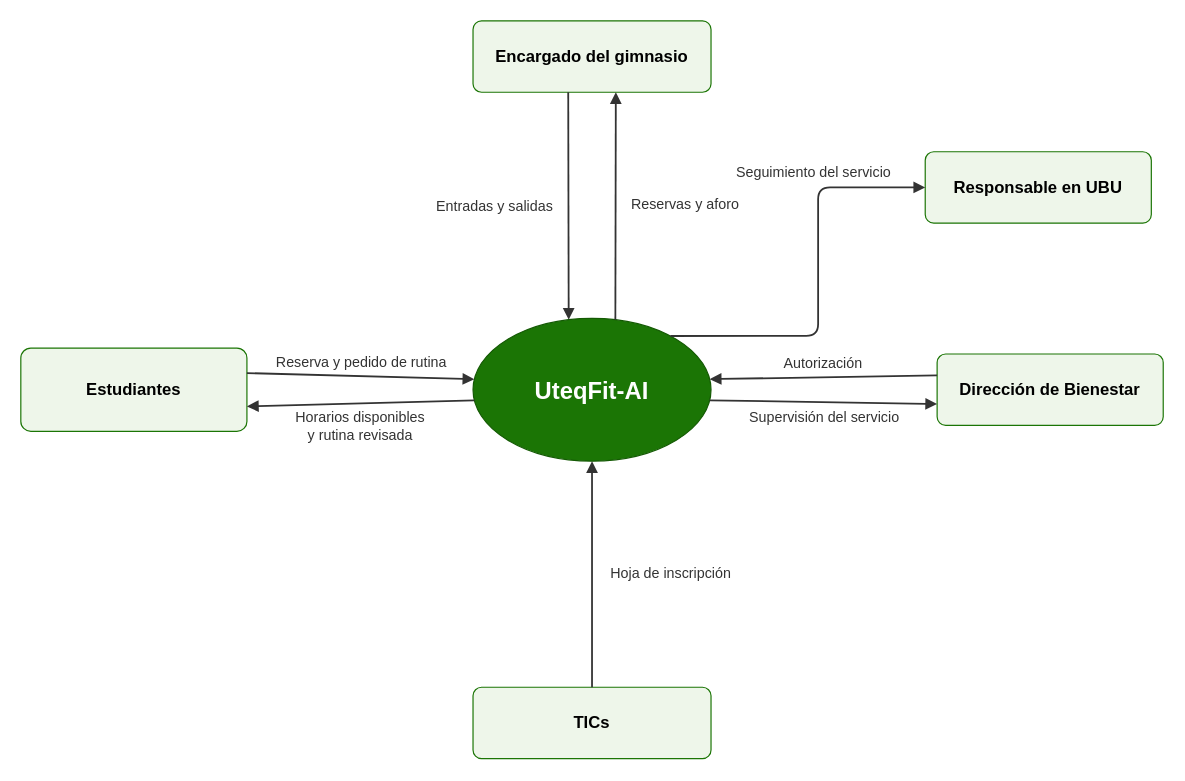
Above: PFC/E1/modelos/diagrama_contexto.drawio in AlanAldasZam/UteqFit-AI (draw.io), before the change. Source tidied: cells renumbered, new cells numbered last; positions are measured from the earlier drawing's top-left corner, leaving out a move shared by most shapes. Both pictures are drawn from the tidied source at 119%, with x=0, y=0 at pixel (20, 20).
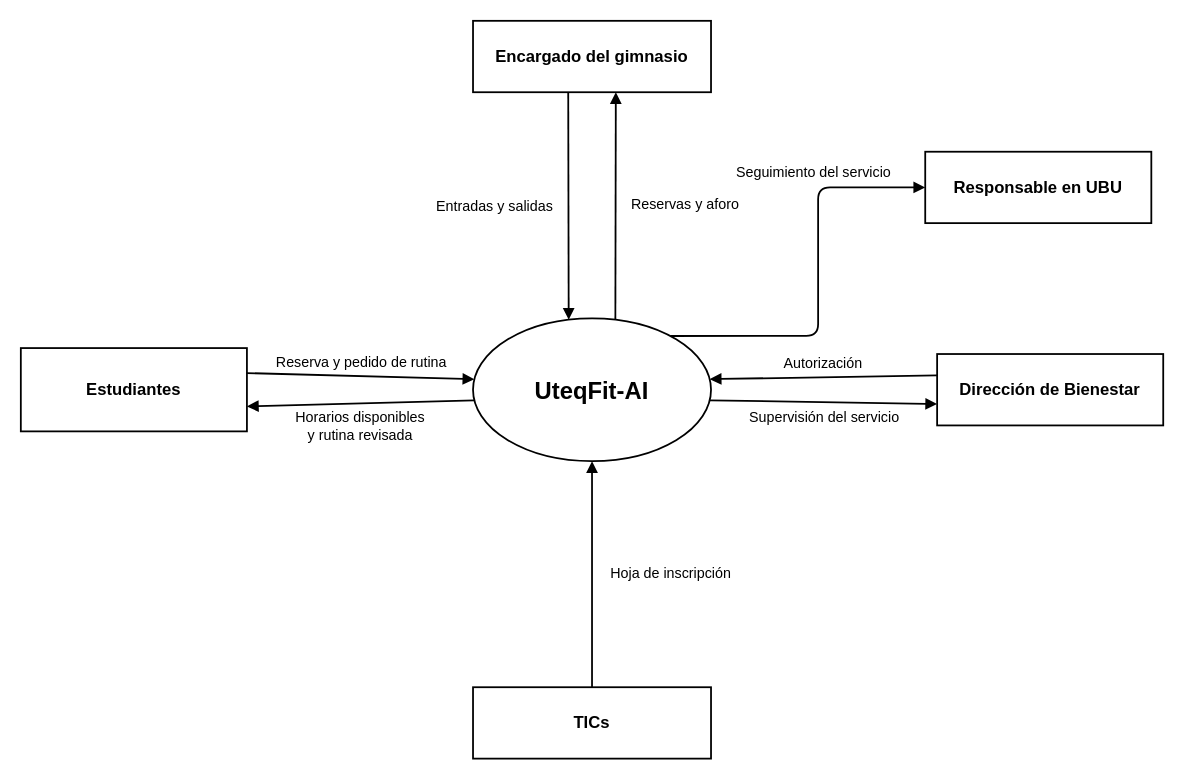
The same diagram, later.

Commit message (it also covers changes not shown here):
Ajustes al contexto

What changed in the source:
```diff
@@
-    <mxCell id="2" value="&lt;b&gt;UteqFit-AI&lt;/b&gt;" style="ellipse;whiteSpace=wrap;html=1;fillColor=#1b7505;strokeColor=#145a04;fontColor=#ffffff;fontSize=20;fontFamily=Helvetica;" parent="1" vertex="1">
+    <mxCell id="2" value="&lt;b&gt;UteqFit-AI&lt;/b&gt;" style="ellipse;whiteSpace=wrap;html=1;fillColor=#ffffff;strokeColor=#000000;fontColor=#000000;strokeWidth=1.5;fontSize=20;fontFamily=Helvetica;" parent="1" vertex="1">
       <mxGeometry x="380" y="250" width="200" height="120" as="geometry" />
     </mxCell>
-    <mxCell id="3" value="&lt;b&gt;Estudiantes&lt;/b&gt;" style="rounded=1;arcSize=12;whiteSpace=wrap;html=1;fillColor=#eef6ea;strokeColor=#1b7505;fontSize=14;fontFamily=Helvetica;" parent="1" vertex="1">
+    <mxCell id="3" value="&lt;b&gt;Estudiantes&lt;/b&gt;" style="rounded=0;whiteSpace=wrap;html=1;fillColor=#ffffff;strokeColor=#000000;strokeWidth=1.5;fontSize=14;fontFamily=Helvetica;" parent="1" vertex="1">
       <mxGeometry y="275" width="190" height="70" as="geometry" />
     </mxCell>
-    <mxCell id="4" value="&lt;b&gt;Encargado del gimnasio&lt;/b&gt;" style="rounded=1;arcSize=12;whiteSpace=wrap;html=1;fillColor=#eef6ea;strokeColor=#1b7505;fontSize=14;fontFamily=Helvetica;" parent="1" vertex="1">
+    <mxCell id="4" value="&lt;b&gt;Encargado del gimnasio&lt;/b&gt;" style="rounded=0;whiteSpace=wrap;html=1;fillColor=#ffffff;strokeColor=#000000;strokeWidth=1.5;fontSize=14;fontFamily=Helvetica;" parent="1" vertex="1">
       <mxGeometry x="380" width="200" height="60" as="geometry" />
     </mxCell>
-    <mxCell id="5" value="&lt;b&gt;Responsable en UBU&lt;/b&gt;" style="rounded=1;arcSize=12;whiteSpace=wrap;html=1;fillColor=#eef6ea;strokeColor=#1b7505;fontSize=14;fontFamily=Helvetica;" parent="1" vertex="1">
+    <mxCell id="5" value="&lt;b&gt;Responsable en UBU&lt;/b&gt;" style="rounded=0;whiteSpace=wrap;html=1;fillColor=#ffffff;strokeColor=#000000;strokeWidth=1.5;fontSize=14;fontFamily=Helvetica;" parent="1" vertex="1">
       <mxGeometry x="760" y="110" width="190" height="60" as="geometry" />
     </mxCell>
-    <mxCell id="6" value="&lt;b&gt;Dirección de Bienestar&lt;/b&gt;" style="rounded=1;arcSize=12;whiteSpace=wrap;html=1;fillColor=#eef6ea;strokeColor=#1b7505;fontSize=14;fontFamily=Helvetica;" parent="1" vertex="1">
+    <mxCell id="6" value="&lt;b&gt;Dirección de Bienestar&lt;/b&gt;" style="rounded=0;whiteSpace=wrap;html=1;fillColor=#ffffff;strokeColor=#000000;strokeWidth=1.5;fontSize=14;fontFamily=Helvetica;" parent="1" vertex="1">
       <mxGeometry x="770" y="280" width="190" height="60" as="geometry" />
     </mxCell>
-    <mxCell id="7" value="&lt;b&gt;TICs&lt;/b&gt;" style="rounded=1;arcSize=12;whiteSpace=wrap;html=1;fillColor=#eef6ea;strokeColor=#1b7505;fontSize=14;fontFamily=Helvetica;" parent="1" vertex="1">
+    <mxCell id="7" value="&lt;b&gt;TICs&lt;/b&gt;" style="rounded=0;whiteSpace=wrap;html=1;fillColor=#ffffff;strokeColor=#000000;strokeWidth=1.5;fontSize=14;fontFamily=Helvetica;" parent="1" vertex="1">
       <mxGeometry x="380" y="560" width="200" height="60" as="geometry" />
     </mxCell>
-    <mxCell id="8" value="Reserva y pedido de rutina" style="endArrow=block;endFill=1;html=1;strokeWidth=1.5;strokeColor=#333333;fontSize=12;fontColor=#333333;labelBackgroundColor=none;exitX=1;exitY=0.3;exitDx=0;exitDy=0;entryX=0;entryY=0.42;entryDx=0;entryDy=0;" parent="1" edge="1" source="3" target="2">
+    <mxCell id="8" value="Reserva y pedido de rutina" style="endArrow=block;endFill=1;html=1;strokeWidth=1.5;strokeColor=#000000;fontSize=12;fontColor=#000000;labelBackgroundColor=none;exitX=1;exitY=0.3;exitDx=0;exitDy=0;entryX=0;entryY=0.42;entryDx=0;entryDy=0;" parent="1" edge="1" source="3" target="2">
       <mxGeometry relative="1" as="geometry">
         <mxPoint y="-12" as="offset" />
       </mxGeometry>
     </mxCell>
-    <mxCell id="9" value="Horarios disponibles&lt;br&gt;y rutina revisada" style="endArrow=block;endFill=1;html=1;strokeWidth=1.5;strokeColor=#333333;fontSize=12;fontColor=#333333;labelBackgroundColor=none;exitX=0;exitY=0.58;exitDx=0;exitDy=0;entryX=1;entryY=0.7;entryDx=0;entryDy=0;" parent="1" edge="1" source="2" target="3">
+    <mxCell id="9" value="Horarios disponibles&lt;br&gt;y rutina revisada" style="endArrow=block;endFill=1;html=1;strokeWidth=1.5;strokeColor=#000000;fontSize=12;fontColor=#000000;labelBackgroundColor=none;exitX=0;exitY=0.58;exitDx=0;exitDy=0;entryX=1;entryY=0.7;entryDx=0;entryDy=0;" parent="1" edge="1" source="2" target="3">
       <mxGeometry relative="1" as="geometry">
         <mxPoint y="20" as="offset" />
       </mxGeometry>
     </mxCell>
-    <mxCell id="10" value="Entradas y salidas" style="endArrow=block;endFill=1;html=1;strokeWidth=1.5;strokeColor=#333333;fontSize=12;fontColor=#333333;labelBackgroundColor=none;exitX=0.4;exitY=1;exitDx=0;exitDy=0;entryX=0.4;entryY=0;entryDx=0;entryDy=0;" parent="1" edge="1" source="4" target="2">
+    <mxCell id="10" value="Entradas y salidas" style="endArrow=block;endFill=1;html=1;strokeWidth=1.5;strokeColor=#000000;fontSize=12;fontColor=#000000;labelBackgroundColor=none;exitX=0.4;exitY=1;exitDx=0;exitDy=0;entryX=0.4;entryY=0;entryDx=0;entryDy=0;" parent="1" edge="1" source="4" target="2">
       <mxGeometry relative="1" as="geometry">
         <mxPoint x="-62" as="offset" />
       </mxGeometry>
     </mxCell>
-    <mxCell id="11" value="Reservas y aforo" style="endArrow=block;endFill=1;html=1;strokeWidth=1.5;strokeColor=#333333;fontSize=12;fontColor=#333333;labelBackgroundColor=none;exitX=0.6;exitY=0;exitDx=0;exitDy=0;entryX=0.6;entryY=1;entryDx=0;entryDy=0;" parent="1" edge="1" source="2" target="4">
+    <mxCell id="11" value="Reservas y aforo" style="endArrow=block;endFill=1;html=1;strokeWidth=1.5;strokeColor=#000000;fontSize=12;fontColor=#000000;labelBackgroundColor=none;exitX=0.6;exitY=0;exitDx=0;exitDy=0;entryX=0.6;entryY=1;entryDx=0;entryDy=0;" parent="1" edge="1" source="2" target="4">
       <mxGeometry relative="1" as="geometry">
         <mxPoint x="58" as="offset" />
       </mxGeometry>
     </mxCell>
-    <mxCell id="12" value="Seguimiento del servicio" style="endArrow=block;endFill=1;html=1;strokeWidth=1.5;strokeColor=#333333;fontSize=12;fontColor=#333333;labelBackgroundColor=none;edgeStyle=orthogonalEdgeStyle;rounded=1;exitX=0.85;exitY=0.1;exitDx=0;exitDy=0;entryX=0;entryY=0.5;entryDx=0;entryDy=0;" parent="1" edge="1" source="2" target="5">
+    <mxCell id="12" value="Seguimiento del servicio" style="endArrow=block;endFill=1;html=1;strokeWidth=1.5;strokeColor=#000000;fontSize=12;fontColor=#000000;labelBackgroundColor=none;edgeStyle=orthogonalEdgeStyle;rounded=1;exitX=0.85;exitY=0.1;exitDx=0;exitDy=0;entryX=0;entryY=0.5;entryDx=0;entryDy=0;" parent="1" edge="1" source="2" target="5">
       <mxGeometry x="0.62" relative="1" as="geometry">
         <mxPoint x="-30" y="-12" as="offset" />
       </mxGeometry>
     </mxCell>
-    <mxCell id="13" value="Autorización" style="endArrow=block;endFill=1;html=1;strokeWidth=1.5;strokeColor=#333333;fontSize=12;fontColor=#333333;labelBackgroundColor=none;exitX=0;exitY=0.3;exitDx=0;exitDy=0;entryX=1;entryY=0.42;entryDx=0;entryDy=0;" parent="1" edge="1" source="6" target="2">
+    <mxCell id="13" value="Autorización" style="endArrow=block;endFill=1;html=1;strokeWidth=1.5;strokeColor=#000000;fontSize=12;fontColor=#000000;labelBackgroundColor=none;exitX=0;exitY=0.3;exitDx=0;exitDy=0;entryX=1;entryY=0.42;entryDx=0;entryDy=0;" parent="1" edge="1" source="6" target="2">
       <mxGeometry relative="1" as="geometry">
         <mxPoint y="-12" as="offset" />
       </mxGeometry>
     </mxCell>
-    <mxCell id="14" value="Supervisión del servicio" style="endArrow=block;endFill=1;html=1;strokeWidth=1.5;strokeColor=#333333;fontSize=12;fontColor=#333333;labelBackgroundColor=none;exitX=1;exitY=0.58;exitDx=0;exitDy=0;entryX=0;entryY=0.7;entryDx=0;entryDy=0;" parent="1" edge="1" source="2" target="6">
+    <mxCell id="14" value="Supervisión del servicio" style="endArrow=block;endFill=1;html=1;strokeWidth=1.5;strokeColor=#000000;fontSize=12;fontColor=#000000;labelBackgroundColor=none;exitX=1;exitY=0.58;exitDx=0;exitDy=0;entryX=0;entryY=0.7;entryDx=0;entryDy=0;" parent="1" edge="1" source="2" target="6">
       <mxGeometry relative="1" as="geometry">
         <mxPoint y="14" as="offset" />
       </mxGeometry>
     </mxCell>
-    <mxCell id="15" value="Hoja de inscripción" style="endArrow=block;endFill=1;html=1;strokeWidth=1.5;strokeColor=#333333;fontSize=12;fontColor=#333333;labelBackgroundColor=none;exitX=0.5;exitY=0;exitDx=0;exitDy=0;entryX=0.5;entryY=1;entryDx=0;entryDy=0;" parent="1" edge="1" source="7" target="2">
+    <mxCell id="15" value="Hoja de inscripción" style="endArrow=block;endFill=1;html=1;strokeWidth=1.5;strokeColor=#000000;fontSize=12;fontColor=#000000;labelBackgroundColor=none;exitX=0.5;exitY=0;exitDx=0;exitDy=0;entryX=0.5;entryY=1;entryDx=0;entryDy=0;" parent="1" edge="1" source="7" target="2">
       <mxGeometry relative="1" as="geometry">
         <mxPoint x="66" as="offset" />
       </mxGeometry>
     </mxCell>
```
